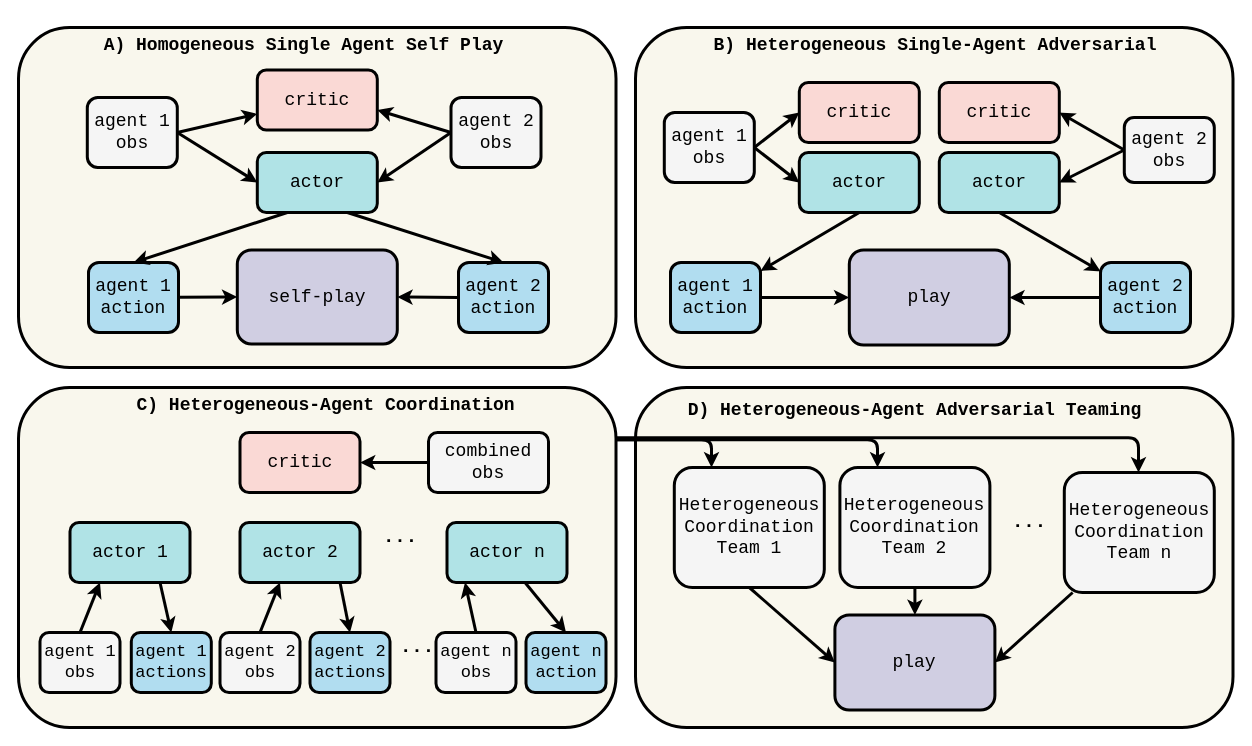
DIRECTLab/IsaacLab-HARL keeps this draw.io diagram as scripts/reinforcement_learning/harl/adversarial.drawio. Above is the earlier version. Source tidied: cells renumbered, new cells numbered last; positions are measured from the earlier drawing's top-left corner, leaving out a move shared by most shapes. Both pictures are drawn from the tidied source at 100%, with x=0, y=0 at pixel (18, 17).
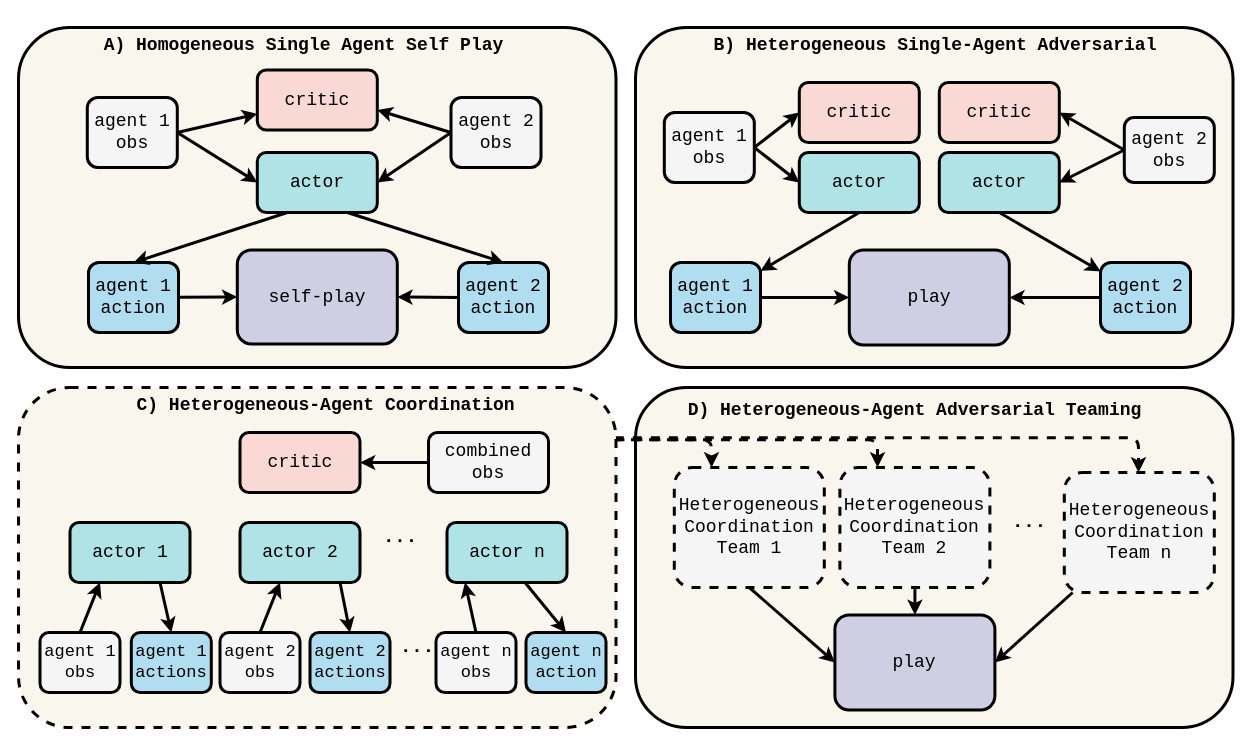
After the change.

Commit message:
diagram styles

Diff of the diagram source:
```diff
@@
-    <mxCell id="20" style="edgeStyle=elbowEdgeStyle;html=1;exitX=0.999;exitY=0.154;exitDx=0;exitDy=0;exitPerimeter=0;entryX=0.25;entryY=0;entryDx=0;entryDy=0;strokeWidth=3;strokeColor=#000000;fillColor=#fad7ac;fontSize=18;fontColor=#000000;labelBackgroundColor=none;labelBorderColor=none;textShadow=0;fontFamily=Courier New;" parent="1" edge="1" source="50" target="23">
+    <mxCell id="20" style="edgeStyle=elbowEdgeStyle;html=1;exitX=0.999;exitY=0.154;exitDx=0;exitDy=0;exitPerimeter=0;entryX=0.25;entryY=0;entryDx=0;entryDy=0;strokeWidth=3;strokeColor=#000000;fillColor=#fad7ac;fontSize=18;fontColor=#000000;labelBackgroundColor=none;labelBorderColor=none;textShadow=0;fontFamily=Courier New;dashed=1;" parent="1" edge="1" source="50" target="23">
       <mxGeometry relative="1" as="geometry">
         <Array as="points">
           <mxPoint x="693" y="440" />
         </Array>
       </mxGeometry>
     </mxCell>
-    <mxCell id="21" style="edgeStyle=elbowEdgeStyle;html=1;exitX=0.995;exitY=0.154;exitDx=0;exitDy=0;entryX=0.25;entryY=0;entryDx=0;entryDy=0;exitPerimeter=0;strokeWidth=3;strokeColor=#000000;fillColor=#fad7ac;fontSize=18;fontColor=#000000;labelBackgroundColor=none;labelBorderColor=none;textShadow=0;fontFamily=Courier New;" parent="1" edge="1" source="50" target="25">
+    <mxCell id="21" style="edgeStyle=elbowEdgeStyle;html=1;exitX=0.995;exitY=0.154;exitDx=0;exitDy=0;entryX=0.25;entryY=0;entryDx=0;entryDy=0;exitPerimeter=0;strokeWidth=3;strokeColor=#000000;fillColor=#fad7ac;fontSize=18;fontColor=#000000;labelBackgroundColor=none;labelBorderColor=none;textShadow=0;fontFamily=Courier New;dashed=1;" parent="1" edge="1" source="50" target="25">
       <mxGeometry relative="1" as="geometry">
         <Array as="points">
           <mxPoint x="859" y="430" />
         </Array>
       </mxGeometry>
     </mxCell>
@@
-    <mxCell id="23" value="Heterogeneous Coordination Team 1" style="rounded=1;whiteSpace=wrap;html=1;strokeWidth=3;fontSize=18;fontStyle=0;fillColor=#f5f5f5;strokeColor=#000000;labelBackgroundColor=none;labelBorderColor=none;textShadow=0;fontColor=#000000;fontFamily=Courier New;" parent="1" vertex="1">
+    <mxCell id="23" value="Heterogeneous Coordination Team 1" style="rounded=1;whiteSpace=wrap;html=1;strokeWidth=3;fontSize=18;fontStyle=0;fillColor=#f5f5f5;strokeColor=#000000;labelBackgroundColor=none;labelBorderColor=none;textShadow=0;fontColor=#000000;fontFamily=Courier New;dashed=1;" parent="1" vertex="1">
       <mxGeometry x="655.8" y="450" width="150" height="120" as="geometry" />
     </mxCell>
@@
-    <mxCell id="25" value="&lt;span style=&quot;&quot;&gt;&lt;font style=&quot;color: rgb(0, 0, 0);&quot;&gt;Heterogeneous Coordination Team 2&lt;/font&gt;&lt;/span&gt;" style="rounded=1;whiteSpace=wrap;html=1;strokeWidth=3;fontSize=18;fontStyle=0;fillColor=#f5f5f5;strokeColor=#000000;labelBackgroundColor=none;labelBorderColor=none;textShadow=0;fontColor=#000000;fontFamily=Courier New;" parent="1" vertex="1">
+    <mxCell id="25" value="&lt;span style=&quot;&quot;&gt;&lt;font style=&quot;color: rgb(0, 0, 0);&quot;&gt;Heterogeneous Coordination Team 2&lt;/font&gt;&lt;/span&gt;" style="rounded=1;whiteSpace=wrap;html=1;strokeWidth=3;fontSize=18;fontStyle=0;fillColor=#f5f5f5;strokeColor=#000000;labelBackgroundColor=none;labelBorderColor=none;textShadow=0;fontColor=#000000;fontFamily=Courier New;dashed=1;" parent="1" vertex="1">
       <mxGeometry x="821.4" y="450" width="150" height="120" as="geometry" />
     </mxCell>
@@
-    <mxCell id="27" value="&lt;span style=&quot;&quot;&gt;&lt;font style=&quot;color: rgb(0, 0, 0);&quot;&gt;Heterogeneous Coordination Team n&lt;/font&gt;&lt;/span&gt;" style="rounded=1;whiteSpace=wrap;html=1;strokeWidth=3;fontSize=18;fontStyle=0;fillColor=#f5f5f5;strokeColor=#000000;labelBackgroundColor=none;labelBorderColor=none;textShadow=0;fontColor=#000000;fontFamily=Courier New;" parent="1" vertex="1">
+    <mxCell id="27" value="&lt;span style=&quot;&quot;&gt;&lt;font style=&quot;color: rgb(0, 0, 0);&quot;&gt;Heterogeneous Coordination Team n&lt;/font&gt;&lt;/span&gt;" style="rounded=1;whiteSpace=wrap;html=1;strokeWidth=3;fontSize=18;fontStyle=0;fillColor=#f5f5f5;strokeColor=#000000;labelBackgroundColor=none;labelBorderColor=none;textShadow=0;fontColor=#000000;fontFamily=Courier New;dashed=1;" parent="1" vertex="1">
       <mxGeometry x="1045.8" y="455" width="150" height="120" as="geometry" />
     </mxCell>
@@
-    <mxCell id="30" style="edgeStyle=elbowEdgeStyle;html=1;exitX=0.998;exitY=0.148;exitDx=0;exitDy=0;exitPerimeter=0;entryX=0.5;entryY=0;entryDx=0;entryDy=0;strokeWidth=3;strokeColor=#000000;fillColor=#fad7ac;fontSize=18;fontColor=#000000;labelBackgroundColor=none;labelBorderColor=none;textShadow=0;fontFamily=Courier New;" parent="1" edge="1" source="50" target="27">
+    <mxCell id="30" style="edgeStyle=elbowEdgeStyle;html=1;exitX=0.998;exitY=0.148;exitDx=0;exitDy=0;exitPerimeter=0;entryX=0.5;entryY=0;entryDx=0;entryDy=0;strokeWidth=3;strokeColor=#000000;fillColor=#fad7ac;fontSize=18;fontColor=#000000;labelBackgroundColor=none;labelBorderColor=none;textShadow=0;fontFamily=Courier New;dashed=1;" parent="1" edge="1" source="50" target="27">
       <mxGeometry relative="1" as="geometry">
         <Array as="points">
           <mxPoint x="1120" y="430" />
         </Array>
       </mxGeometry>
     </mxCell>
@@
-    <mxCell id="50" style="rounded=1;whiteSpace=wrap;html=1;strokeWidth=3;fontSize=18;fontStyle=0;fillColor=#f9f7ed;strokeColor=#000000;labelBackgroundColor=none;labelBorderColor=none;textShadow=0;fontColor=#000000;fontFamily=Courier New;" parent="1" vertex="1">
+    <mxCell id="50" style="rounded=1;whiteSpace=wrap;html=1;strokeWidth=3;fontSize=18;fontStyle=0;fillColor=#f9f7ed;strokeColor=#000000;labelBackgroundColor=none;labelBorderColor=none;textShadow=0;fontColor=#000000;fontFamily=Courier New;dashed=1;" parent="1" vertex="1">
       <mxGeometry y="370" width="597.5" height="340" as="geometry" />
     </mxCell>
```
